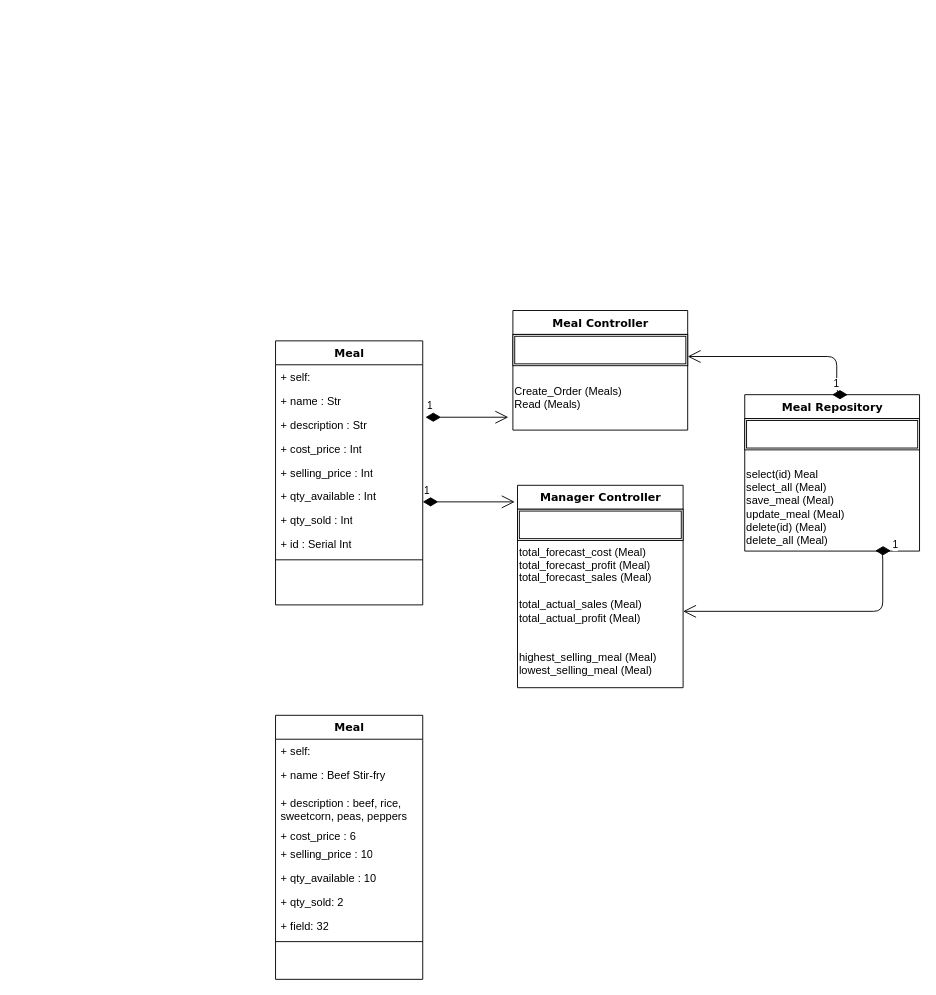
The draw.io diagram documentation/Class Diagram.drawio in KryptoFlamingo/Inventory_Management_App, before the edit. Source tidied: cells renumbered, new cells numbered last; positions are measured from the earlier drawing's top-left corner, leaving out a move shared by most shapes. Both pictures are drawn from the tidied source at 92%, with x=0, y=0 at pixel (275, 310).
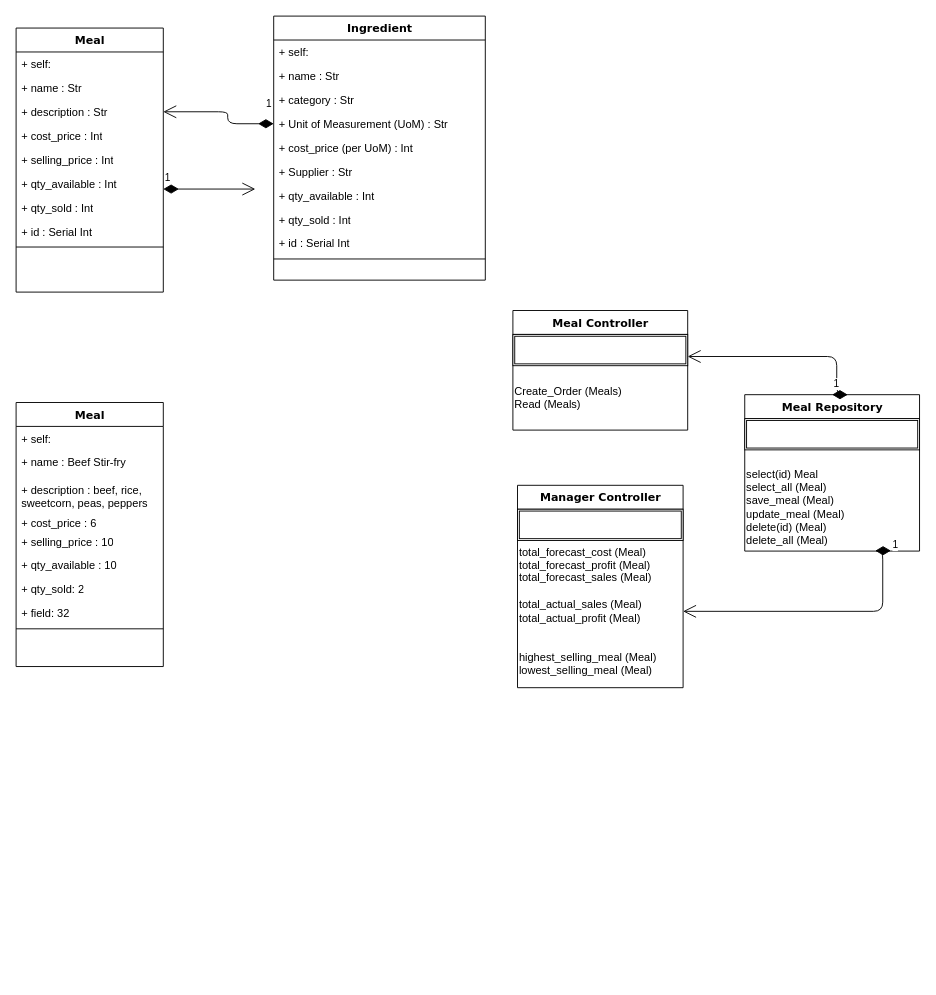
After the change.

Unchanged cells that the change refers to:
```xml
<mxCell id="5" value="+ description : Str" style="text;html=1;strokeColor=none;fillColor=none;align=left;verticalAlign=top;spacingLeft=4;spacingRight=4;whiteSpace=wrap;overflow=hidden;points=[[0,0.5],[1,0.5]];portConstraint=eastwest;" parent="2" vertex="1">
  <mxGeometry y="78" width="160" height="26" as="geometry" />
</mxCell>
```

The edit, as a diff of the source:
```diff
@@
     <mxCell id="2" value="Meal" style="swimlane;html=1;fontStyle=1;align=center;verticalAlign=top;horizontal=1;startSize=26;swimlaneFillColor=#ffffff;rounded=0;shadow=0;comic=0;labelBackgroundColor=none;strokeWidth=1;fillColor=none;fontFamily=Verdana;fontSize=12;" parent="1" vertex="1">
-      <mxGeometry y="33" width="160" height="287" as="geometry" />
+      <mxGeometry x="-282" y="-307" width="160" height="287" as="geometry" />
     </mxCell>
@@
     <mxCell id="19" value="1" style="endArrow=open;html=1;endSize=12;startArrow=diamondThin;startSize=14;startFill=1;edgeStyle=orthogonalEdgeStyle;align=left;verticalAlign=bottom;" parent="1" edge="1">
       <mxGeometry x="-1" y="3" relative="1" as="geometry">
-        <mxPoint x="160" y="208" as="sourcePoint" />
-        <mxPoint x="260" y="208" as="targetPoint" />
+        <mxPoint x="-122" y="-132" as="sourcePoint" />
+        <mxPoint x="-22" y="-132" as="targetPoint" />
       </mxGeometry>
     </mxCell>
-    <mxCell id="20" value="1" style="endArrow=open;html=1;endSize=12;startArrow=diamondThin;startSize=14;startFill=1;edgeStyle=orthogonalEdgeStyle;align=left;verticalAlign=bottom;" parent="1" edge="1">
-      <mxGeometry x="-1" y="3" relative="1" as="geometry">
-        <mxPoint x="163" y="116" as="sourcePoint" />
-        <mxPoint x="253" y="116" as="targetPoint" />
+    <mxCell id="20" value="1" style="endArrow=open;html=1;endSize=12;startArrow=diamondThin;startSize=14;startFill=1;edgeStyle=orthogonalEdgeStyle;align=left;verticalAlign=bottom;entryX=1;entryY=0.5;entryDx=0;entryDy=0;exitX=0;exitY=0.5;exitDx=0;exitDy=0;" parent="1" edge="1" source="40" target="5">
+      <mxGeometry x="-0.85" y="-13" relative="1" as="geometry">
+        <Array as="points">
+          <mxPoint x="-52" y="-203" />
+          <mxPoint x="-52" y="-216" />
+        </Array>
       </mxGeometry>
     </mxCell>
@@
     <mxCell id="26" value="Meal" style="swimlane;html=1;fontStyle=1;align=center;verticalAlign=top;horizontal=1;startSize=26;swimlaneFillColor=#ffffff;rounded=0;shadow=0;comic=0;labelBackgroundColor=none;strokeWidth=1;fillColor=none;fontFamily=Verdana;fontSize=12;" parent="1" vertex="1">
-      <mxGeometry y="440" width="160" height="287" as="geometry" />
+      <mxGeometry x="-282" y="100" width="160" height="287" as="geometry" />
     </mxCell>
@@
+    <mxCell id="36" value="Ingredient" style="swimlane;html=1;fontStyle=1;align=center;verticalAlign=top;horizontal=1;startSize=26;swimlaneFillColor=#ffffff;rounded=0;shadow=0;comic=0;labelBackgroundColor=none;strokeWidth=1;fillColor=none;fontFamily=Verdana;fontSize=12;" parent="1" vertex="1">
+      <mxGeometry x="-2" y="-320" width="230" height="287" as="geometry" />
+    </mxCell>
+    <mxCell id="37" value="+ self:" style="text;html=1;strokeColor=none;fillColor=none;align=left;verticalAlign=top;spacingLeft=4;spacingRight=4;whiteSpace=wrap;overflow=hidden;" parent="36" vertex="1">
+      <mxGeometry y="26" width="230" height="26" as="geometry" />
+    </mxCell>
+    <mxCell id="38" value="+ name : Str" style="text;html=1;strokeColor=none;fillColor=none;align=left;verticalAlign=top;spacingLeft=4;spacingRight=4;whiteSpace=wrap;overflow=hidden;" parent="36" vertex="1">
+      <mxGeometry y="52" width="230" height="26" as="geometry" />
+    </mxCell>
+    <mxCell id="39" value="+ category : Str" style="text;html=1;strokeColor=none;fillColor=none;align=left;verticalAlign=top;spacingLeft=4;spacingRight=4;whiteSpace=wrap;overflow=hidden;" parent="36" vertex="1">
+      <mxGeometry y="78" width="230" height="26" as="geometry" />
+    </mxCell>
+    <mxCell id="40" value="+ Unit of Measurement (UoM) : Str" style="text;html=1;strokeColor=none;fillColor=none;align=left;verticalAlign=top;spacingLeft=4;spacingRight=4;whiteSpace=wrap;overflow=hidden;points=[[0,0.5],[1,0.5]];portConstraint=eastwest;" parent="36" vertex="1">
+      <mxGeometry y="104" width="230" height="26" as="geometry" />
+    </mxCell>
+    <mxCell id="41" value="+ cost_price (per UoM) : Int" style="text;html=1;strokeColor=none;fillColor=none;align=left;verticalAlign=top;spacingLeft=4;spacingRight=4;whiteSpace=wrap;overflow=hidden;" parent="36" vertex="1">
+      <mxGeometry y="130" width="230" height="26" as="geometry" />
+    </mxCell>
+    <mxCell id="42" value="+ Supplier : Str" style="text;html=1;strokeColor=none;fillColor=none;align=left;verticalAlign=top;spacingLeft=4;spacingRight=4;whiteSpace=wrap;overflow=hidden;" parent="36" vertex="1">
+      <mxGeometry y="156" width="230" height="26" as="geometry" />
+    </mxCell>
+    <mxCell id="43" value="+ qty_available : Int" style="text;html=1;strokeColor=none;fillColor=none;align=left;verticalAlign=top;spacingLeft=4;spacingRight=4;whiteSpace=wrap;overflow=hidden;" parent="36" vertex="1">
+      <mxGeometry y="182" width="230" height="26" as="geometry" />
+    </mxCell>
+    <mxCell id="44" value="+ qty_sold : Int" style="text;html=1;strokeColor=none;fillColor=none;align=left;verticalAlign=top;spacingLeft=4;spacingRight=4;whiteSpace=wrap;overflow=hidden;" parent="36" vertex="1">
+      <mxGeometry y="208" width="230" height="26" as="geometry" />
+    </mxCell>
+    <mxCell id="45" value="+ id : Serial Int" style="text;html=1;strokeColor=none;fillColor=none;align=left;verticalAlign=top;spacingLeft=4;spacingRight=4;whiteSpace=wrap;overflow=hidden;" parent="36" vertex="1">
+      <mxGeometry y="234" width="230" height="26" as="geometry" />
+    </mxCell>
+    <mxCell id="46" style="line;html=1;strokeWidth=1;fillColor=none;align=left;verticalAlign=middle;spacingTop=-1;spacingLeft=3;spacingRight=3;labelPosition=right;" parent="36" vertex="1">
+      <mxGeometry y="260" width="230" height="8" as="geometry" />
+    </mxCell>
```
